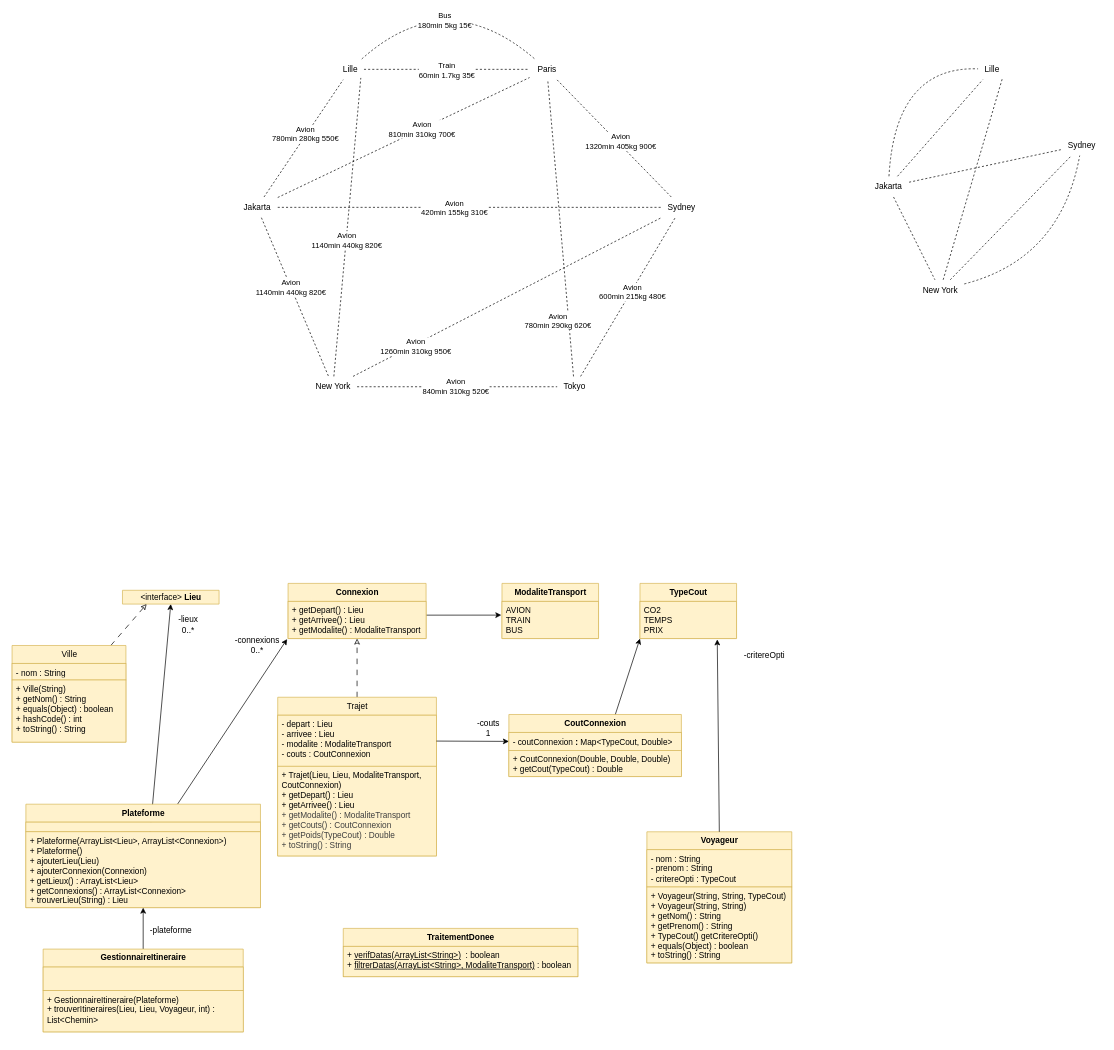
The draw.io diagram rapport/uml.drawio in Nelioo7/GPS3000, before the edit. Source tidied: cells renumbered, new cells numbered last; positions are measured from the earlier drawing's top-left corner, leaving out a move shared by most shapes. Both pictures are drawn from the tidied source at 69%, with x=0, y=0 at pixel (12, -17).
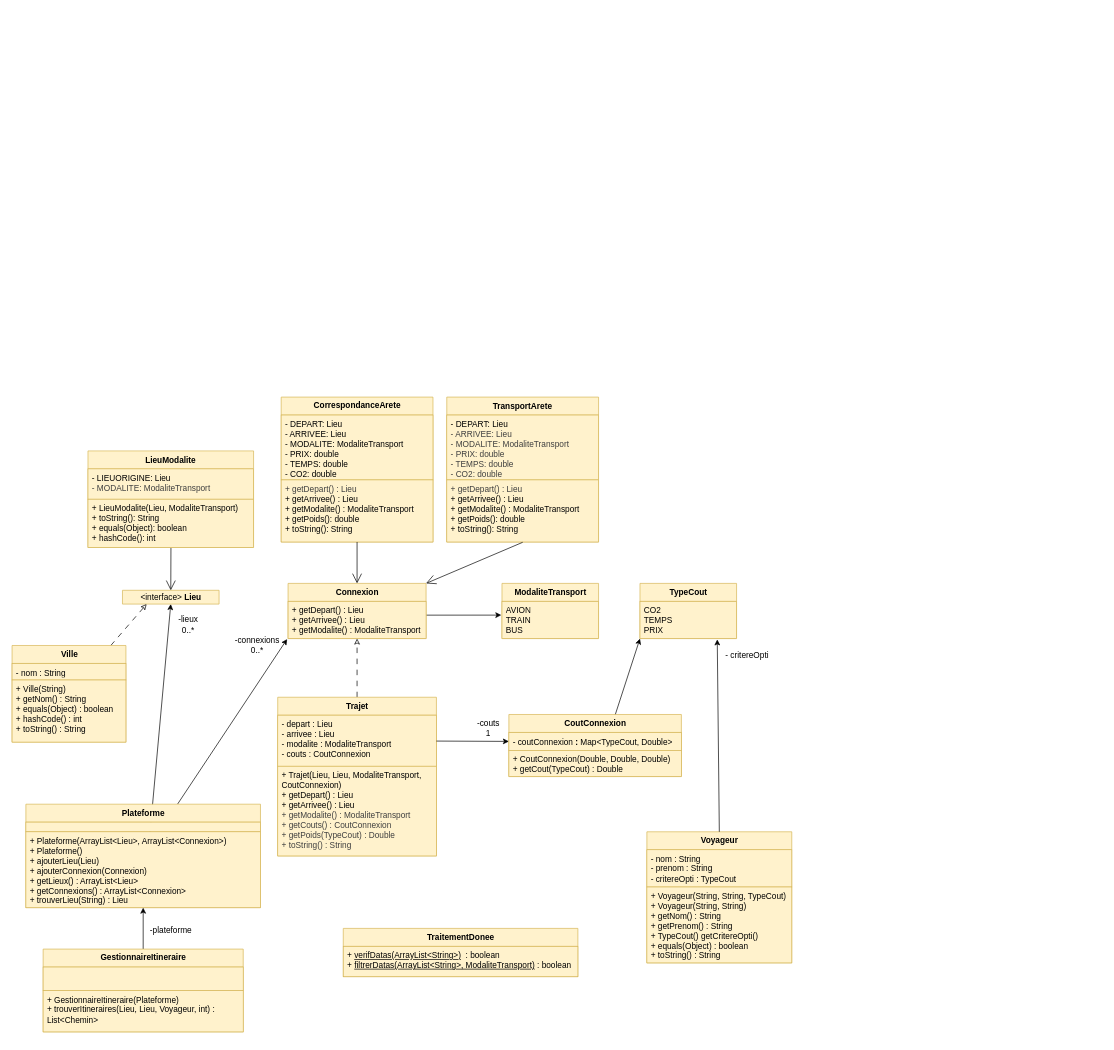
The same page after the edit.

Unchanged cells that the change refers to:
```xml
<mxCell id="3" value="&lt;b&gt;Connexion&lt;/b&gt;" style="swimlane;fontStyle=0;horizontal=1;startSize=26;fillColor=#fff2cc;html=1;rounded=0;arcSize=7;strokeColor=#d6b656;" parent="1" vertex="1">
  <mxGeometry x="400" y="870" width="200" height="80" as="geometry" />
</mxCell>
<mxCell id="24" value="&amp;lt;interface&amp;gt; &lt;b&gt;Lieu&lt;/b&gt;" style="swimlane;fontStyle=0;horizontal=1;startSize=20;fillColor=#fff2cc;html=1;rounded=0;arcSize=7;strokeColor=#d6b656;" parent="1" vertex="1">
  <mxGeometry x="160" y="880" width="140" height="20" as="geometry" />
</mxCell>
```

What changed in the source:
```diff
@@
-    <mxCell id="27" value="Ville" style="swimlane;fontStyle=0;horizontal=1;startSize=26;fillColor=#fff2cc;html=1;rounded=0;arcSize=7;strokeColor=#d6b656;" parent="1" vertex="1">
+    <mxCell id="27" value="&lt;b&gt;Ville&lt;/b&gt;" style="swimlane;fontStyle=0;horizontal=1;startSize=26;fillColor=#fff2cc;html=1;rounded=0;arcSize=7;strokeColor=#d6b656;" parent="1" vertex="1">
       <mxGeometry y="960" width="165" height="140" as="geometry" />
     </mxCell>
@@
-    <mxCell id="31" value="Trajet" style="swimlane;fontStyle=0;horizontal=1;startSize=26;fillColor=#fff2cc;html=1;rounded=0;arcSize=7;strokeColor=#d6b656;" parent="1" vertex="1">
+    <mxCell id="31" value="&lt;b&gt;Trajet&lt;/b&gt;" style="swimlane;fontStyle=0;horizontal=1;startSize=26;fillColor=#fff2cc;html=1;rounded=0;arcSize=7;strokeColor=#d6b656;" parent="1" vertex="1">
       <mxGeometry x="385" y="1035" width="230" height="230" as="geometry" />
     </mxCell>
@@
-    <mxCell id="43" value="-critereOpti" style="text;html=1;align=center;verticalAlign=middle;strokeColor=none;fillColor=none;" parent="1" vertex="1">
-      <mxGeometry x="1050" y="960" width="80" height="30" as="geometry" />
+    <mxCell id="43" value="- critereOpti" style="text;html=1;align=center;verticalAlign=middle;strokeColor=none;fillColor=none;" parent="1" vertex="1">
+      <mxGeometry x="1020" y="960" width="90" height="30" as="geometry" />
     </mxCell>
@@
-    <mxCell id="45" value="Lille" style="text;html=1;align=center;verticalAlign=middle;points=[];strokeColor=none;fillColor=none;" parent="1" vertex="1">
-      <mxGeometry x="470" y="110" width="40" height="30" as="geometry" />
-    </mxCell>
-    <mxCell id="46" value="Paris" style="text;html=1;align=center;verticalAlign=middle;points=[];strokeColor=none;fillColor=none;" parent="1" vertex="1">
-      <mxGeometry x="750" y="110" width="50" height="30" as="geometry" />
-    </mxCell>
-    <mxCell id="47" value="Jakarta" style="text;html=1;align=center;verticalAlign=middle;points=[];strokeColor=none;fillColor=none;" parent="1" vertex="1">
-      <mxGeometry x="325" y="310" width="60" height="30" as="geometry" />
-    </mxCell>
-    <mxCell id="48" value="Sydney" style="text;html=1;align=center;verticalAlign=middle;points=[];strokeColor=none;fillColor=none;" parent="1" vertex="1">
-      <mxGeometry x="940" y="310" width="60" height="30" as="geometry" />
-    </mxCell>
-    <mxCell id="49" value="New York" style="text;html=1;align=center;verticalAlign=middle;points=[];strokeColor=none;fillColor=none;" parent="1" vertex="1">
-      <mxGeometry x="430" y="570" width="70" height="30" as="geometry" />
-    </mxCell>
-    <mxCell id="50" value="Tokyo" style="text;html=1;align=center;verticalAlign=middle;points=[];strokeColor=none;fillColor=none;" parent="1" vertex="1">
-      <mxGeometry x="790" y="570" width="50" height="30" as="geometry" />
-    </mxCell>
-    <mxCell id="51" style="endArrow=none;dashed=1;html=1;" parent="1" edge="1" source="48" target="46">
-      <mxGeometry relative="1" as="geometry" />
-    </mxCell>
-    <mxCell id="52" value="Avion&lt;div&gt;1320min 405kg 900€&lt;/div&gt;" style="edgeLabel;html=1;align=center;verticalAlign=middle;" parent="51" vertex="1">
-      <mxGeometry x="-0.08" y="-3" relative="1" as="geometry" />
-    </mxCell>
-    <mxCell id="53" style="endArrow=none;dashed=1;html=1;" parent="1" edge="1" source="45" target="46">
-      <mxGeometry relative="1" as="geometry" />
-    </mxCell>
-    <mxCell id="54" value="Train&lt;div&gt;60min 1.7kg 35€&lt;/div&gt;" style="edgeLabel;html=1;align=center;verticalAlign=middle;" parent="53" vertex="1">
-      <mxGeometry x="-0.01" y="-1" relative="1" as="geometry" />
-    </mxCell>
-    <mxCell id="55" style="endArrow=none;dashed=1;html=1;" parent="1" edge="1" source="47" target="45">
-      <mxGeometry relative="1" as="geometry" />
-    </mxCell>
-    <mxCell id="56" value="Avion&lt;div&gt;780min 280kg 550€&lt;/div&gt;" style="edgeLabel;html=1;align=center;verticalAlign=middle;" parent="55" vertex="1">
-      <mxGeometry x="0.06" y="2" relative="1" as="geometry" />
-    </mxCell>
-    <mxCell id="57" style="endArrow=none;dashed=1;html=1;" parent="1" edge="1" source="47" target="49">
-      <mxGeometry relative="1" as="geometry" />
-    </mxCell>
-    <mxCell id="58" value="Avion&lt;div&gt;1140min 440kg 820€&lt;/div&gt;" style="edgeLabel;html=1;align=center;verticalAlign=middle;" parent="57" vertex="1">
-      <mxGeometry x="-0.13" relative="1" as="geometry" />
-    </mxCell>
-    <mxCell id="59" style="endArrow=none;dashed=1;html=1;" parent="1" edge="1" source="50" target="48">
-      <mxGeometry relative="1" as="geometry" />
-    </mxCell>
-    <mxCell id="60" value="Avion&lt;div&gt;600min 215kg 480€&lt;/div&gt;" style="edgeLabel;html=1;align=center;verticalAlign=middle;" parent="59" vertex="1">
-      <mxGeometry x="0.07" y="-1" relative="1" as="geometry" />
-    </mxCell>
-    <mxCell id="61" style="endArrow=none;dashed=1;html=1;" parent="1" edge="1" source="49" target="50">
-      <mxGeometry relative="1" as="geometry" />
-    </mxCell>
-    <mxCell id="62" value="Avion&lt;div&gt;840min 310kg 520€&lt;/div&gt;" style="edgeLabel;html=1;align=center;verticalAlign=middle;" parent="61" vertex="1">
-      <mxGeometry x="-0.02" y="1" relative="1" as="geometry" />
-    </mxCell>
-    <mxCell id="63" style="endArrow=none;dashed=1;html=1;" parent="1" edge="1" source="47" target="48">
-      <mxGeometry relative="1" as="geometry" />
-    </mxCell>
-    <mxCell id="64" value="Avion&lt;div&gt;420min 155kg 310€&lt;/div&gt;" style="edgeLabel;html=1;align=center;verticalAlign=middle;" parent="63" vertex="1">
-      <mxGeometry x="-0.31" y="1" relative="1" as="geometry">
-        <mxPoint x="64" y="1" as="offset" />
-      </mxGeometry>
-    </mxCell>
-    <mxCell id="65" style="endArrow=none;dashed=1;html=1;" parent="1" edge="1" source="47" target="46">
-      <mxGeometry relative="1" as="geometry" />
-    </mxCell>
-    <mxCell id="66" value="Avion&lt;div&gt;810min 310kg 700€&lt;/div&gt;" style="edgeLabel;html=1;align=center;verticalAlign=middle;" parent="65" vertex="1">
-      <mxGeometry x="0.27" y="-1" relative="1" as="geometry">
-        <mxPoint x="-24" y="10" as="offset" />
-      </mxGeometry>
-    </mxCell>
-    <mxCell id="67" style="endArrow=none;dashed=1;html=1;" parent="1" edge="1" source="49" target="48">
-      <mxGeometry relative="1" as="geometry" />
-    </mxCell>
-    <mxCell id="68" value="Avion&lt;div&gt;1260min 310kg 950€&lt;/div&gt;" style="edgeLabel;html=1;align=center;verticalAlign=middle;" parent="67" vertex="1">
-      <mxGeometry x="-0.6" y="-3" relative="1" as="geometry" />
-    </mxCell>
-    <mxCell id="69" style="endArrow=none;dashed=1;html=1;entryX=0.885;entryY=0.914;entryDx=0;entryDy=0;entryPerimeter=0;" parent="1" edge="1" source="49" target="45">
-      <mxGeometry relative="1" as="geometry" />
-    </mxCell>
-    <mxCell id="70" value="Avion&lt;div&gt;1140min 440kg 820€&lt;/div&gt;" style="edgeLabel;html=1;align=center;verticalAlign=middle;" parent="69" vertex="1">
-      <mxGeometry x="-0.6" y="-1" relative="1" as="geometry">
-        <mxPoint x="9" y="-111" as="offset" />
-      </mxGeometry>
-    </mxCell>
-    <mxCell id="71" style="endArrow=none;dashed=1;html=1;" parent="1" edge="1" source="50" target="46">
-      <mxGeometry relative="1" as="geometry" />
-    </mxCell>
-    <mxCell id="72" value="Avion&lt;div&gt;780min 290kg 620€&lt;/div&gt;" style="edgeLabel;html=1;align=center;verticalAlign=middle;" parent="71" vertex="1">
-      <mxGeometry x="0.19" y="-1" relative="1" as="geometry">
-        <mxPoint x="-2" y="176" as="offset" />
-      </mxGeometry>
-    </mxCell>
-    <mxCell id="73" style="endArrow=none;dashed=1;html=1;rounded=0;curved=1;" parent="1" edge="1" source="45" target="46">
-      <mxGeometry relative="1" as="geometry">
-        <Array as="points">
-          <mxPoint x="630" />
-        </Array>
-      </mxGeometry>
-    </mxCell>
-    <mxCell id="74" value="Bus&lt;div&gt;180min 5kg 15€&lt;/div&gt;" style="edgeLabel;html=1;align=center;verticalAlign=middle;" parent="73" vertex="1">
-      <mxGeometry x="-0.24" y="-38" relative="1" as="geometry" />
-    </mxCell>
-    <mxCell id="75" value="Lille" style="text;html=1;align=center;verticalAlign=middle;points=[];strokeColor=none;fillColor=none;" parent="1" vertex="1">
-      <mxGeometry x="1400" y="110" width="40" height="30" as="geometry" />
-    </mxCell>
-    <mxCell id="76" value="Jakarta" style="text;html=1;align=center;verticalAlign=middle;points=[];strokeColor=none;fillColor=none;" parent="1" vertex="1">
-      <mxGeometry x="1240" y="280" width="60" height="30" as="geometry" />
-    </mxCell>
-    <mxCell id="77" value="Sydney" style="text;html=1;align=center;verticalAlign=middle;points=[];strokeColor=none;fillColor=none;" parent="1" vertex="1">
-      <mxGeometry x="1520" y="220" width="60" height="30" as="geometry" />
-    </mxCell>
-    <mxCell id="78" value="New York" style="text;html=1;align=center;verticalAlign=middle;points=[];strokeColor=none;fillColor=none;" parent="1" vertex="1">
-      <mxGeometry x="1310" y="430" width="70" height="30" as="geometry" />
-    </mxCell>
-    <mxCell id="79" style="endArrow=none;dashed=1;html=1;strokeColor=light-dark(#000000,#9999FF);" parent="1" edge="1" source="76" target="75">
-      <mxGeometry relative="1" as="geometry" />
-    </mxCell>
-    <mxCell id="80" style="endArrow=none;dashed=1;html=1;strokeColor=light-dark(#000000,#CCFFCC);" parent="1" edge="1" source="76" target="78">
-      <mxGeometry relative="1" as="geometry" />
-    </mxCell>
-    <mxCell id="81" style="endArrow=none;dashed=1;html=1;strokeColor=light-dark(#000000,#9999FF);" parent="1" edge="1" source="76" target="77">
-      <mxGeometry relative="1" as="geometry" />
-    </mxCell>
-    <mxCell id="82" style="endArrow=none;dashed=1;html=1;strokeColor=light-dark(#000000,#FF99CC);" parent="1" edge="1" source="78" target="77">
-      <mxGeometry relative="1" as="geometry" />
-    </mxCell>
-    <mxCell id="83" style="endArrow=none;dashed=1;html=1;entryX=0.885;entryY=0.914;entryDx=0;entryDy=0;entryPerimeter=0;strokeColor=light-dark(#000000,#FF99CC);" parent="1" edge="1" source="78" target="75">
-      <mxGeometry relative="1" as="geometry" />
-    </mxCell>
-    <mxCell id="84" style="endArrow=none;dashed=1;html=1;rounded=0;curved=1;strokeColor=light-dark(#000000,#CCFFCC);" parent="1" edge="1" source="76" target="75">
-      <mxGeometry relative="1" as="geometry">
-        <Array as="points">
-          <mxPoint x="1280" y="120" />
-        </Array>
-      </mxGeometry>
-    </mxCell>
-    <mxCell id="85" style="endArrow=none;dashed=1;html=1;rounded=0;curved=1;strokeColor=light-dark(#000000,#CCFFCC);" parent="1" edge="1" source="78" target="77">
-      <mxGeometry relative="1" as="geometry">
-        <Array as="points">
-          <mxPoint x="1520" y="400" />
-        </Array>
-      </mxGeometry>
+    <mxCell id="85" value="&lt;b&gt;CorrespondanceArete&lt;/b&gt;" style="swimlane;fontStyle=0;horizontal=1;startSize=26;fillColor=#fff2cc;html=1;strokeColor=#d6b656;" parent="1" vertex="1">
+      <mxGeometry x="390" y="600" width="220" height="210" as="geometry" />
     </mxCell>
+    <mxCell id="86" value="- DEPART: Lieu&lt;div&gt;- ARRIVEE: Lieu&lt;/div&gt;&lt;div&gt;- MODALITE: ModaliteTransport&lt;/div&gt;&lt;div&gt;- PRIX: double&lt;/div&gt;&lt;div&gt;- TEMPS: double&lt;/div&gt;&lt;div&gt;- CO2: double&lt;/div&gt;" style="text;strokeColor=#d6b656;fillColor=#fff2cc;align=left;verticalAlign=top;spacingLeft=4;spacingRight=4;overflow=hidden;whiteSpace=wrap;html=1;" parent="85" vertex="1">
+      <mxGeometry y="26" width="220" height="94" as="geometry" />
+    </mxCell>
+    <mxCell id="87" value="&lt;span style=&quot;color: rgb(63, 63, 63); scrollbar-color: rgb(226, 226, 226) rgb(251, 251, 251);&quot;&gt;+ getDepart() : Lieu&lt;/span&gt;&lt;div style=&quot;scrollbar-color: rgb(226, 226, 226) rgb(251, 251, 251); color: rgb(63, 63, 63);&quot;&gt;&lt;font style=&quot;scrollbar-color: rgb(226, 226, 226) rgb(251, 251, 251); color: rgb(0, 0, 0);&quot;&gt;+ getArrivee() : Lieu&lt;/font&gt;&lt;/div&gt;&lt;div style=&quot;scrollbar-color: rgb(226, 226, 226) rgb(251, 251, 251); color: rgb(63, 63, 63);&quot;&gt;&lt;font style=&quot;scrollbar-color: rgb(226, 226, 226) rgb(251, 251, 251); color: rgb(0, 0, 0);&quot;&gt;+ getModalite() : ModaliteTransport&lt;/font&gt;&lt;/div&gt;&lt;div style=&quot;scrollbar-color: rgb(226, 226, 226) rgb(251, 251, 251); color: rgb(63, 63, 63);&quot;&gt;&lt;font style=&quot;scrollbar-color: rgb(226, 226, 226) rgb(251, 251, 251); color: rgb(0, 0, 0);&quot;&gt;+ getPoids(): double&lt;/font&gt;&lt;/div&gt;&lt;div style=&quot;scrollbar-color: rgb(226, 226, 226) rgb(251, 251, 251); color: rgb(63, 63, 63);&quot;&gt;&lt;font style=&quot;scrollbar-color: rgb(226, 226, 226) rgb(251, 251, 251); color: rgb(0, 0, 0);&quot;&gt;+ toString(): String&lt;/font&gt;&lt;/div&gt;" style="text;strokeColor=#d6b656;fillColor=#fff2cc;align=left;verticalAlign=top;spacingLeft=4;spacingRight=4;overflow=hidden;whiteSpace=wrap;html=1;" parent="85" vertex="1">
+      <mxGeometry y="120" width="220" height="90" as="geometry" />
+    </mxCell>
+    <mxCell id="88" style="endArrow=open;endFill=1;endSize=12;html=1;entryX=0.5;entryY=0;entryDx=0;entryDy=0;exitX=0.5;exitY=1;exitDx=0;exitDy=0;" parent="1" edge="1" source="85" target="3">
+      <mxGeometry relative="1" as="geometry" />
+    </mxCell>
+    <mxCell id="89" value="LieuModalite" style="swimlane;fontStyle=1;align=center;verticalAlign=top;horizontal=1;startSize=26;whiteSpace=wrap;html=1;fillColor=#fff2cc;strokeColor=#d6b656;" parent="1" vertex="1">
+      <mxGeometry x="110" y="678" width="240" height="140" as="geometry" />
+    </mxCell>
+    <mxCell id="90" value="- LIEUORIGINE: Lieu&lt;div&gt;&lt;div style=&quot;color: rgb(63, 63, 63); scrollbar-color: rgb(226, 226, 226) rgb(251, 251, 251);&quot;&gt;- MODALITE: ModaliteTransport&lt;/div&gt;&lt;/div&gt;&lt;div&gt;&lt;br&gt;&lt;/div&gt;" style="text;strokeColor=#d6b656;fillColor=#fff2cc;align=left;verticalAlign=top;spacingLeft=4;spacingRight=4;overflow=hidden;whiteSpace=wrap;html=1;" parent="89" vertex="1">
+      <mxGeometry y="26" width="240" height="44" as="geometry" />
+    </mxCell>
+    <mxCell id="91" value="&lt;div&gt;+ LieuModalite(Lieu, ModaliteTransport)&lt;/div&gt;+ toString(): String&lt;div&gt;+ equals(Object): boolean&lt;/div&gt;&lt;div&gt;+ hashCode(): int&lt;/div&gt;" style="text;strokeColor=#d6b656;fillColor=#fff2cc;align=left;verticalAlign=top;spacingLeft=4;spacingRight=4;overflow=hidden;points=[[0,0.5],[1,0.5]];portConstraint=eastwest;whiteSpace=wrap;html=1;" parent="89" vertex="1">
+      <mxGeometry y="70" width="240" height="70" as="geometry" />
+    </mxCell>
+    <mxCell id="92" style="endArrow=open;endFill=1;endSize=12;html=1;entryX=0.5;entryY=0;entryDx=0;entryDy=0;exitX=0.501;exitY=1.01;exitDx=0;exitDy=0;exitPerimeter=0;" parent="1" edge="1" source="91" target="24">
+      <mxGeometry relative="1" as="geometry" />
+    </mxCell>
+    <mxCell id="93" value="TransportArete" style="swimlane;fontStyle=1;align=center;verticalAlign=top;horizontal=1;startSize=26;whiteSpace=wrap;html=1;fillColor=#fff2cc;strokeColor=#d6b656;" parent="1" vertex="1">
+      <mxGeometry x="630" y="600" width="220" height="210" as="geometry" />
+    </mxCell>
+    <mxCell id="94" value="&lt;span style=&quot;color: rgb(0, 0, 0);&quot;&gt;- DEPART: Lieu&lt;/span&gt;&lt;div style=&quot;color: rgb(63, 63, 63); scrollbar-color: rgb(226, 226, 226) rgb(251, 251, 251);&quot;&gt;- ARRIVEE: Lieu&lt;/div&gt;&lt;div style=&quot;color: rgb(63, 63, 63); scrollbar-color: rgb(226, 226, 226) rgb(251, 251, 251);&quot;&gt;- MODALITE: ModaliteTransport&lt;/div&gt;&lt;div style=&quot;color: rgb(63, 63, 63); scrollbar-color: rgb(226, 226, 226) rgb(251, 251, 251);&quot;&gt;- PRIX: double&lt;/div&gt;&lt;div style=&quot;color: rgb(63, 63, 63); scrollbar-color: rgb(226, 226, 226) rgb(251, 251, 251);&quot;&gt;- TEMPS: double&lt;/div&gt;&lt;div style=&quot;color: rgb(63, 63, 63); scrollbar-color: rgb(226, 226, 226) rgb(251, 251, 251);&quot;&gt;- CO2: double&lt;/div&gt;" style="text;strokeColor=#d6b656;fillColor=#fff2cc;align=left;verticalAlign=top;spacingLeft=4;spacingRight=4;overflow=hidden;whiteSpace=wrap;html=1;" parent="93" vertex="1">
+      <mxGeometry y="26" width="220" height="94" as="geometry" />
+    </mxCell>
+    <mxCell id="95" value="&lt;span style=&quot;scrollbar-color: rgb(226, 226, 226) rgb(251, 251, 251); color: rgb(63, 63, 63);&quot;&gt;+ getDepart() : Lieu&lt;/span&gt;&lt;div style=&quot;scrollbar-color: rgb(226, 226, 226) rgb(251, 251, 251); color: rgb(63, 63, 63);&quot;&gt;&lt;font style=&quot;scrollbar-color: rgb(226, 226, 226) rgb(251, 251, 251); color: rgb(0, 0, 0);&quot;&gt;+ getArrivee() : Lieu&lt;/font&gt;&lt;/div&gt;&lt;div style=&quot;scrollbar-color: rgb(226, 226, 226) rgb(251, 251, 251); color: rgb(63, 63, 63);&quot;&gt;&lt;font style=&quot;scrollbar-color: rgb(226, 226, 226) rgb(251, 251, 251); color: rgb(0, 0, 0);&quot;&gt;+ getModalite() : ModaliteTransport&lt;/font&gt;&lt;/div&gt;&lt;div style=&quot;scrollbar-color: rgb(226, 226, 226) rgb(251, 251, 251); color: rgb(63, 63, 63);&quot;&gt;&lt;font style=&quot;scrollbar-color: rgb(226, 226, 226) rgb(251, 251, 251); color: rgb(0, 0, 0);&quot;&gt;&lt;div style=&quot;scrollbar-color: rgb(226, 226, 226) rgb(251, 251, 251); color: rgb(63, 63, 63);&quot;&gt;&lt;font style=&quot;scrollbar-color: rgb(226, 226, 226) rgb(251, 251, 251); color: rgb(0, 0, 0);&quot;&gt;+ getPoids(): double&lt;/font&gt;&lt;/div&gt;&lt;div style=&quot;scrollbar-color: rgb(226, 226, 226) rgb(251, 251, 251); color: rgb(63, 63, 63);&quot;&gt;&lt;font style=&quot;scrollbar-color: rgb(226, 226, 226) rgb(251, 251, 251); color: rgb(0, 0, 0);&quot;&gt;+ toString(): String&lt;/font&gt;&lt;/div&gt;&lt;/font&gt;&lt;/div&gt;" style="text;strokeColor=#d6b656;fillColor=#fff2cc;align=left;verticalAlign=top;spacingLeft=4;spacingRight=4;overflow=hidden;points=[[0,0.5],[1,0.5]];portConstraint=eastwest;whiteSpace=wrap;html=1;" parent="93" vertex="1">
+      <mxGeometry y="120" width="220" height="90" as="geometry" />
+    </mxCell>
+    <mxCell id="96" style="endArrow=open;endFill=1;endSize=12;html=1;entryX=1;entryY=0;entryDx=0;entryDy=0;exitX=0.5;exitY=1.005;exitDx=0;exitDy=0;exitPerimeter=0;" parent="1" edge="1" source="95" target="3">
+      <mxGeometry relative="1" as="geometry" />
+    </mxCell>
```
